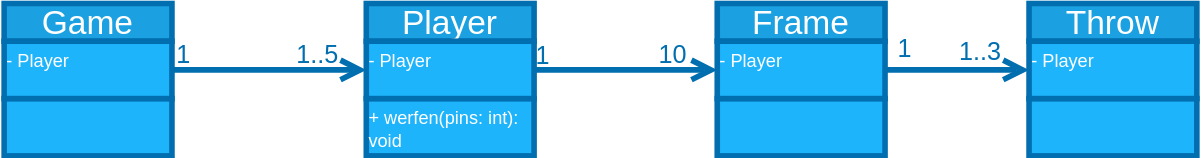
Earlier version of the draw.io export temp.svg (fbnr1/BowlPlay). Source tidied: cells renumbered, new cells last; positions are measured from the earlier drawing's top-left corner, leaving out a move shared by most shapes.
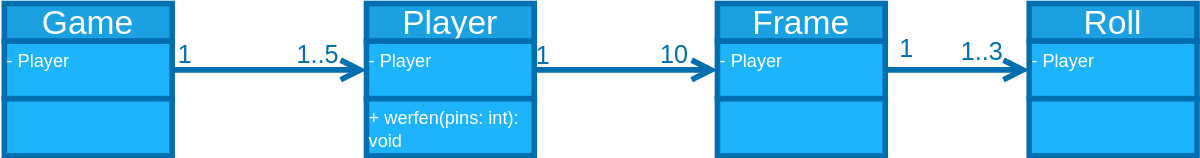
Above is the later version.

Diff of the diagram source:
```diff
@@ -83,7 +83,7 @@
     <mxCell id="24" style="rounded=0;whiteSpace=wrap;html=1;fontSize=13;fontColor=#ffffff;strokeColor=#006EAF;strokeWidth=4;fillColor=#1EB4FC;align=left;verticalAlign=top;" parent="23" vertex="1">
       <mxGeometry y="68" width="120" height="41" as="geometry" />
     </mxCell>
-    <mxCell id="25" value="Throw" style="rounded=0;whiteSpace=wrap;html=1;fontSize=24;fontColor=#ffffff;strokeColor=#006EAF;strokeWidth=4;fillColor=#1ba1e2;" parent="23" vertex="1">
+    <mxCell id="25" value="Roll" style="rounded=0;whiteSpace=wrap;html=1;fontSize=24;fontColor=#ffffff;strokeColor=#006EAF;strokeWidth=4;fillColor=#1ba1e2;" parent="23" vertex="1">
       <mxGeometry width="120" height="27" as="geometry" />
     </mxCell>
     <mxCell id="26" value="- Player" style="rounded=0;whiteSpace=wrap;html=1;fontSize=13;fontColor=#ffffff;strokeColor=#006EAF;strokeWidth=4;fillColor=#1EB4FC;align=left;verticalAlign=top;" parent="23" vertex="1">
```
